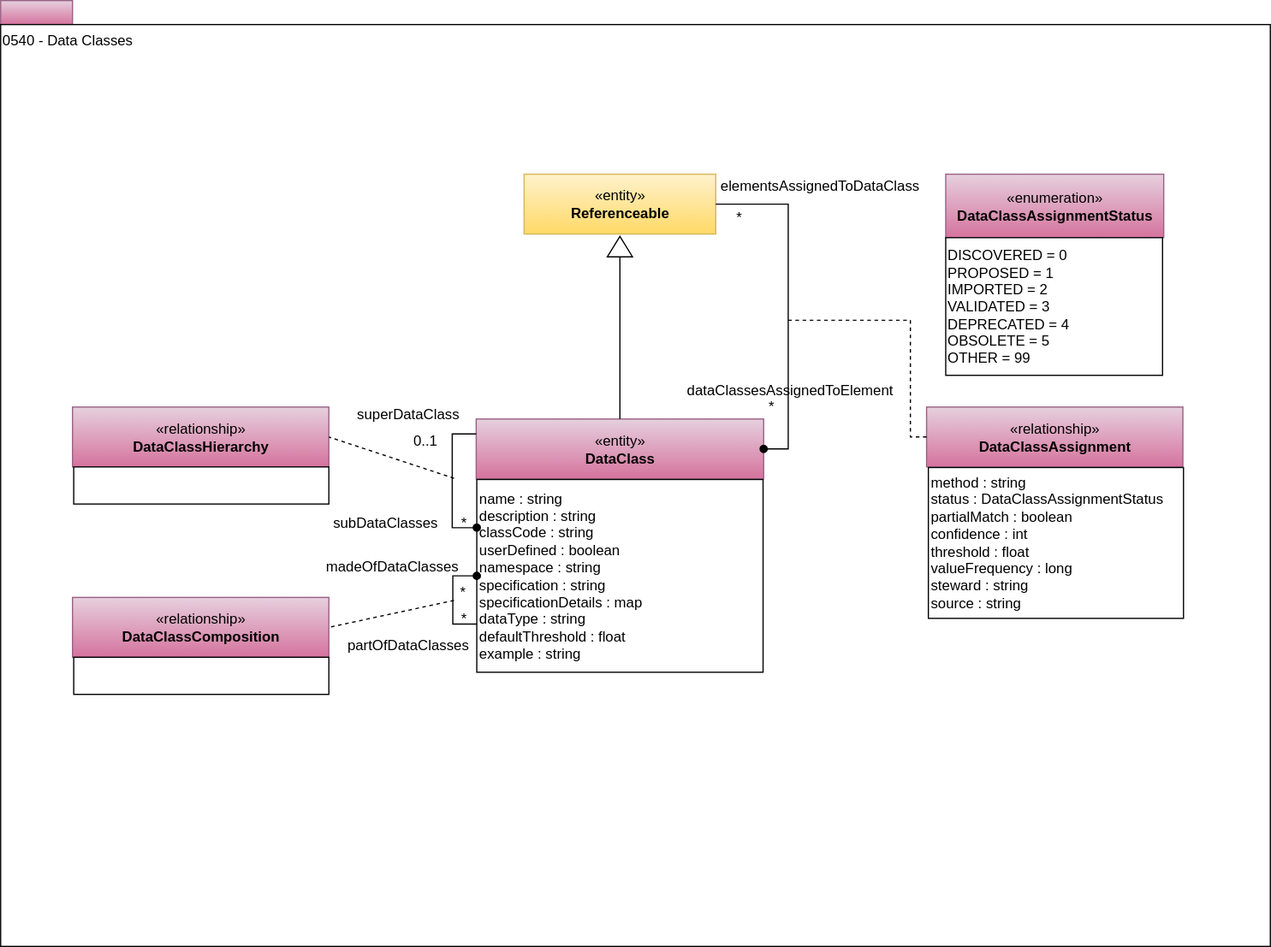
Above: site/docs/types/5/0540-Data-Classes.svg in odpi/egeria-docs (draw.io), before the change. Source tidied: cells renumbered, new cells last; positions are measured from the earlier drawing's top-left corner, leaving out a move shared by most shapes.
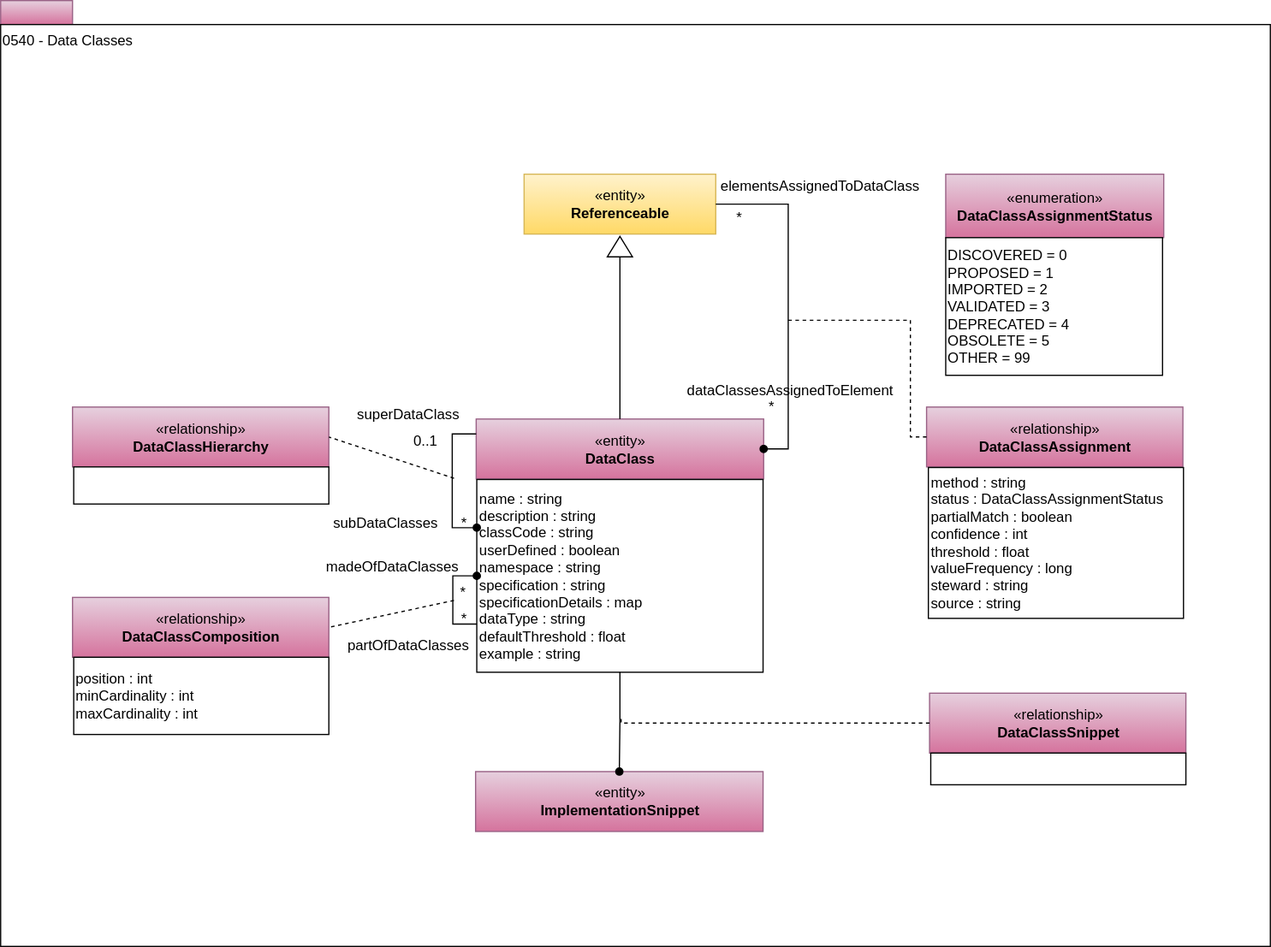
The same file after the commit.

Change to the diagram source:
```diff
@@ -69,8 +69,8 @@
         <mxPoint x="378.5" y="501" as="sourcePoint" />
       </mxGeometry>
     </mxCell>
-    <mxCell id="21" style="rounded=0;whiteSpace=wrap;html=1;strokeColor=#000000;gradientColor=#ffffff;align=center;" parent="1" vertex="1">
-      <mxGeometry x="61" y="548.5" width="213" height="31" as="geometry" />
+    <mxCell id="21" value="position : int&lt;br&gt;minCardinality : int&lt;br&gt;maxCardinality : int" style="rounded=0;whiteSpace=wrap;html=1;strokeColor=#000000;gradientColor=#ffffff;align=left;" parent="1" vertex="1">
+      <mxGeometry x="61" y="548.5" width="213" height="64.5" as="geometry" />
     </mxCell>
     <mxCell id="22" value="superDataClass" style="text;html=1;align=left;verticalAlign=top;spacingTop=-4;" parent="1" vertex="1">
       <mxGeometry x="295.5" y="335.5" width="95" height="14" as="geometry" />
@@ -121,5 +121,25 @@
         </Array>
       </mxGeometry>
     </mxCell>
+    <mxCell id="35" value="«entity»&lt;br&gt;&lt;b&gt;ImplementationSnippet&lt;/b&gt;" style="html=1;strokeColor=#996185;align=center;fillColor=#e6d0de;gradientColor=#d5739d;" parent="1" vertex="1">
+      <mxGeometry x="396.5" y="644" width="240" height="50" as="geometry" />
+    </mxCell>
+    <mxCell id="36" style="edgeStyle=orthogonalEdgeStyle;rounded=0;jettySize=auto;html=1;exitX=0.5;exitY=1;exitDx=0;exitDy=0;endArrow=oval;endFill=1;" parent="1" edge="1" source="5" target="35">
+      <mxGeometry relative="1" as="geometry" />
+    </mxCell>
+    <mxCell id="37" value="«relationship»&lt;br&gt;&lt;b&gt;DataClassSnippet&lt;/b&gt;" style="html=1;strokeColor=#996185;align=center;fillColor=#e6d0de;gradientColor=#d5739d;" parent="1" vertex="1">
+      <mxGeometry x="775.5" y="578.5" width="214" height="50" as="geometry" />
+    </mxCell>
+    <mxCell id="38" style="rounded=0;whiteSpace=wrap;html=1;strokeColor=#000000;gradientColor=#ffffff;align=left;" parent="1" vertex="1">
+      <mxGeometry x="776.5" y="628.5" width="213" height="26.5" as="geometry" />
+    </mxCell>
+    <mxCell id="39" style="endArrow=none;dashed=1;html=1;exitX=0;exitY=0.5;exitDx=0;exitDy=0;rounded=0;edgeStyle=orthogonalEdgeStyle;" parent="1" edge="1" source="37">
+      <mxGeometry relative="1" as="geometry">
+        <mxPoint x="518" y="599" as="targetPoint" />
+        <Array as="points">
+          <mxPoint x="518" y="604" />
+        </Array>
+      </mxGeometry>
+    </mxCell>
   </root>
 </mxGraphModel>
```
